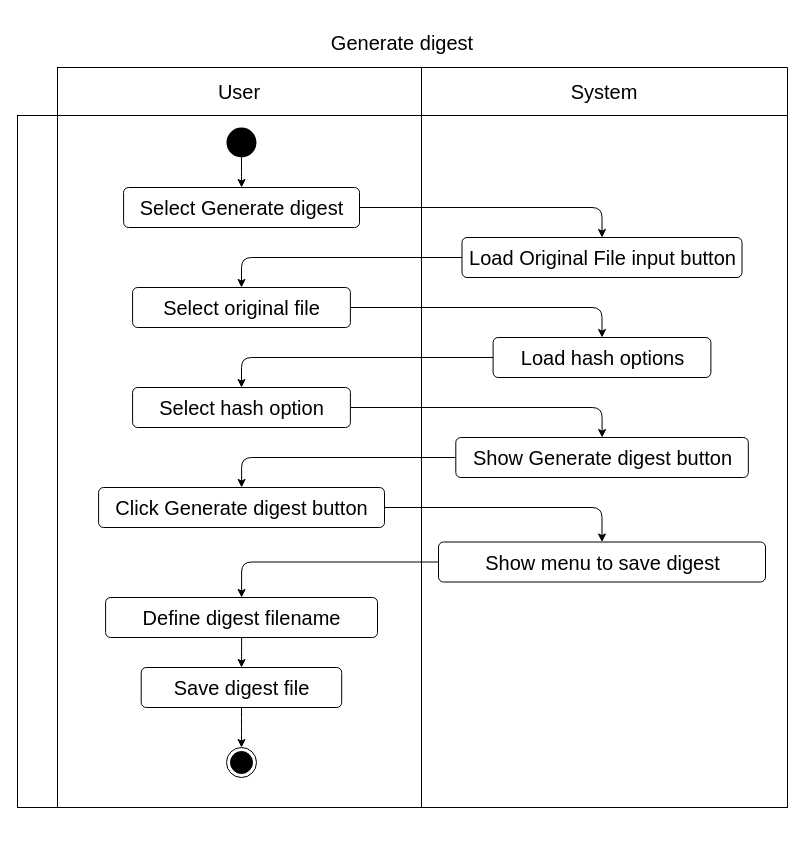
The draw.io diagram diagrams/activity/generate-digest.drawio in luvitale/inti-digital-signature, before the edit. Source tidied: cells renumbered, new cells numbered last; positions are measured from the earlier drawing's top-left corner, leaving out a move shared by most shapes. Both pictures are drawn from the tidied source at 100%, with x=0, y=0 at pixel (17, 17).
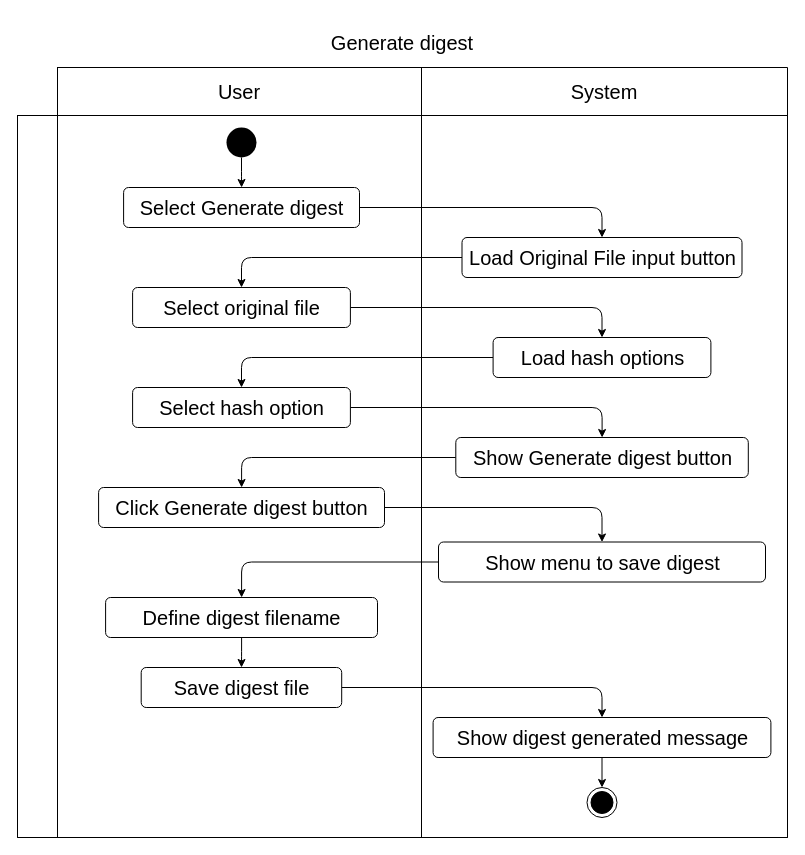
After the change.

The change refers to these unchanged cells:
```xml
<mxCell id="26" value="Save digest file" style="html=1;align=center;verticalAlign=middle;rounded=1;absoluteArcSize=1;arcSize=10;dashed=0;fontSize=20;" parent="1" vertex="1">
  <mxGeometry x="123.7" y="650" width="200.5" height="40" as="geometry" />
</mxCell>
```

What changed in the source:
```diff
@@
     <mxCell id="2" value="Generate digest" style="shape=table;html=1;whiteSpace=wrap;startSize=50;childLayout=tableLayout;fillColor=none;swimlaneFillColor=none;strokeColor=none;fontSize=20;" parent="1" vertex="1">
-      <mxGeometry width="770" height="790" as="geometry" />
+      <mxGeometry width="770" height="820" as="geometry" />
     </mxCell>
@@
     <mxCell id="7" style="shape=partialRectangle;html=1;whiteSpace=wrap;fillColor=none;top=1;left=1;bottom=1;right=1;fontSize=20;" parent="2" vertex="1">
-      <mxGeometry y="98" width="770" height="692" as="geometry" />
+      <mxGeometry y="98" width="770" height="722" as="geometry" />
     </mxCell>
     <mxCell id="8" style="shape=partialRectangle;html=1;whiteSpace=wrap;fillColor=none;top=1;left=1;bottom=1;right=1;overflow=hidden;horizontal=0;fontSize=20;" parent="7" vertex="1">
-      <mxGeometry width="40" height="692" as="geometry" />
+      <mxGeometry width="40" height="722" as="geometry" />
     </mxCell>
     <mxCell id="9" style="shape=partialRectangle;html=1;whiteSpace=wrap;fillColor=none;top=1;left=1;bottom=1;right=1;overflow=hidden;fontSize=20;" parent="7" vertex="1">
-      <mxGeometry x="40" width="364" height="692" as="geometry" />
+      <mxGeometry x="40" width="364" height="722" as="geometry" />
     </mxCell>
     <mxCell id="10" style="shape=partialRectangle;html=1;whiteSpace=wrap;fillColor=none;top=1;left=1;bottom=1;right=1;overflow=hidden;fontSize=20;" parent="7" vertex="1">
-      <mxGeometry x="404" width="366" height="692" as="geometry" />
+      <mxGeometry x="404" width="366" height="722" as="geometry" />
     </mxCell>
@@
-    <mxCell id="25" style="edgeStyle=orthogonalEdgeStyle;html=1;fontSize=20;" parent="1" edge="1" source="26" target="29">
+    <mxCell id="25" style="edgeStyle=orthogonalEdgeStyle;html=1;fontSize=20;" parent="1" edge="1" source="26" target="35">
       <mxGeometry relative="1" as="geometry" />
     </mxCell>
@@
     <mxCell id="29" style="ellipse;html=1;shape=endState;fillColor=#000000;strokeColor=#000000;fontSize=20;" parent="1" vertex="1">
-      <mxGeometry x="209" y="730" width="30" height="30" as="geometry" />
+      <mxGeometry x="569.5" y="770" width="30" height="30" as="geometry" />
     </mxCell>
@@
+    <mxCell id="34" style="edgeStyle=none;html=1;" parent="1" edge="1" source="35" target="29">
+      <mxGeometry relative="1" as="geometry" />
+    </mxCell>
+    <mxCell id="35" value="Show digest generated message" style="html=1;align=center;verticalAlign=middle;rounded=1;absoluteArcSize=1;arcSize=10;dashed=0;fontSize=20;" parent="1" vertex="1">
+      <mxGeometry x="415.6" y="700" width="337.8" height="40" as="geometry" />
+    </mxCell>
```
